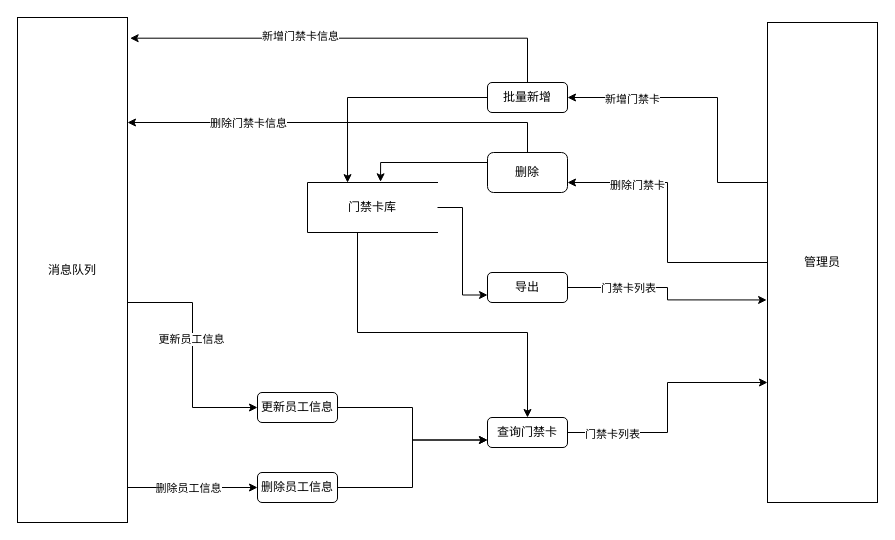
Earlier version of the draw.io diagram 门禁卡管理.drawio (Alger-g/diagrams). Source tidied: cells renumbered, new cells numbered last; positions are measured from the earlier drawing's top-left corner, leaving out a move shared by most shapes. Both pictures are drawn from the tidied source at 100%, with x=0, y=0 at pixel (17, 17).
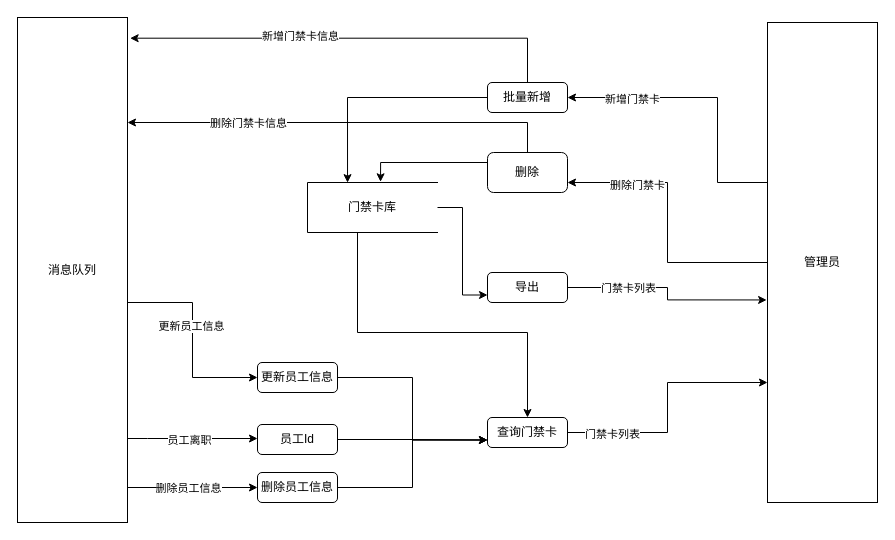
The same page after the edit.

Commit message:
更新门禁卡管理.drawio

Unchanged cells that the change refers to:
```xml
<mxCell id="6" value="消息队列" style="rounded=0;whiteSpace=wrap;html=1;" parent="1" vertex="1">
  <mxGeometry width="110" height="505" as="geometry" />
</mxCell>
<mxCell id="19" value="查询门禁卡" style="rounded=1;whiteSpace=wrap;html=1;" parent="1" vertex="1">
  <mxGeometry x="470" y="400" width="80" height="30" as="geometry" />
</mxCell>
```

Diff of the diagram source:
```diff
@@
     <mxCell id="2" style="edgeStyle=orthogonalEdgeStyle;rounded=0;jettySize=auto;html=1;entryX=0;entryY=0.5;entryDx=0;entryDy=0;" parent="1" edge="1" source="6" target="28">
       <mxGeometry relative="1" as="geometry">
         <Array as="points">
           <mxPoint x="175" y="285" />
-          <mxPoint x="175" y="390" />
+          <mxPoint x="175" y="360" />
         </Array>
       </mxGeometry>
     </mxCell>
@@
+    <mxCell id="33" style="edgeStyle=orthogonalEdgeStyle;rounded=0;orthogonalLoop=1;jettySize=auto;html=1;" parent="1" edge="1">
+      <mxGeometry relative="1" as="geometry">
+        <mxPoint x="110" y="421" as="sourcePoint" />
+        <mxPoint x="240" y="421" as="targetPoint" />
+        <Array as="points">
+          <mxPoint x="130" y="421" />
+          <mxPoint x="130" y="421" />
+        </Array>
+      </mxGeometry>
+    </mxCell>
+    <mxCell id="34" value="员工离职" style="edgeLabel;html=1;align=center;verticalAlign=middle;" parent="33" vertex="1">
+      <mxGeometry x="-0.45" relative="1" as="geometry">
+        <mxPoint x="25" y="1" as="offset" />
+      </mxGeometry>
+    </mxCell>
@@
     <mxCell id="28" value="更新员工信息" style="rounded=1;whiteSpace=wrap;html=1;" parent="1" vertex="1">
-      <mxGeometry x="240" y="375" width="80" height="30" as="geometry" />
+      <mxGeometry x="240" y="345" width="80" height="30" as="geometry" />
     </mxCell>
@@
+    <mxCell id="35" style="edgeStyle=orthogonalEdgeStyle;rounded=0;jettySize=auto;html=1;entryX=0;entryY=0.75;entryDx=0;entryDy=0;" parent="1" edge="1" source="36" target="19">
+      <mxGeometry relative="1" as="geometry" />
+    </mxCell>
+    <mxCell id="36" value="员工Id" style="rounded=1;whiteSpace=wrap;html=1;" parent="1" vertex="1">
+      <mxGeometry x="240" y="407" width="80" height="30" as="geometry" />
+    </mxCell>
```
